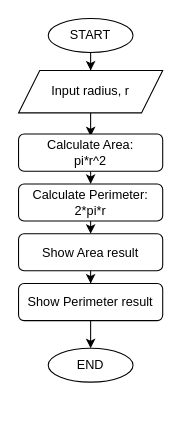
Before: DATA STRUCTURE AND  ALGORITHM/1.06 Area of Triangle.drawio in buicaothe/PYTHON, a draw.io diagram. Source tidied: cells renumbered, new cells numbered last; positions are measured from the earlier drawing's top-left corner, leaving out a move shared by most shapes. Both pictures are drawn from the tidied source at 106%, with x=0, y=0 at pixel (18, 18).
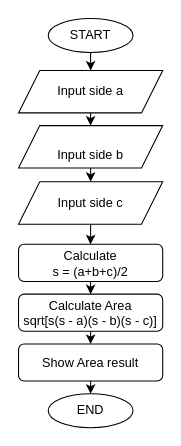
The same diagram, later.

Change to the diagram source:
```diff
@@
 <mxGraphModel>
   <root>
     <mxCell id="0" />
     <mxCell id="1" parent="0" />
     <mxCell id="2" style="edgeStyle=orthogonalEdgeStyle;rounded=0;jettySize=auto;html=1;entryX=0.5;entryY=0;entryDx=0;entryDy=0;" parent="1" edge="1" source="3" target="5">
       <mxGeometry relative="1" as="geometry" />
     </mxCell>
     <mxCell id="3" value="START" style="ellipse;whiteSpace=wrap;html=1;shapeInside=1;" parent="1" vertex="1">
       <mxGeometry x="28" width="80" height="32" as="geometry" />
     </mxCell>
-    <mxCell id="4" style="edgeStyle=orthogonalEdgeStyle;rounded=0;jettySize=auto;html=1;entryX=0.5;entryY=0;entryDx=0;entryDy=0;" parent="1" edge="1" source="5">
-      <mxGeometry relative="1" as="geometry">
-        <mxPoint x="68" y="111" as="targetPoint" />
-      </mxGeometry>
-    </mxCell>
+    <mxCell id="16" style="edgeStyle=orthogonalEdgeStyle;rounded=0;jettySize=auto;html=1;exitX=0.5;exitY=1;exitDx=0;exitDy=0;entryX=0.5;entryY=0;entryDx=0;entryDy=0;" parent="1" edge="1" source="5" target="18">
+      <mxGeometry relative="1" as="geometry" />
+    </mxCell>
-    <mxCell id="5" value="Input radius, r" style="shape=parallelogram;perimeter=parallelogramPerimeter;whiteSpace=wrap;html=1;shapeInside=1;fixedSize=1;" parent="1" vertex="1">
+    <mxCell id="5" value="Input side a" style="shape=parallelogram;perimeter=parallelogramPerimeter;whiteSpace=wrap;html=1;shapeInside=1;fixedSize=1;" parent="1" vertex="1">
       <mxGeometry y="49" width="136" height="40" as="geometry" />
     </mxCell>
     <mxCell id="6" style="edgeStyle=orthogonalEdgeStyle;rounded=0;jettySize=auto;html=1;exitX=0.5;exitY=1;exitDx=0;exitDy=0;entryX=0.5;entryY=0;entryDx=0;entryDy=0;" parent="1" edge="1" source="7" target="13">
       <mxGeometry relative="1" as="geometry" />
     </mxCell>
-    <mxCell id="7" value="Calculate Area:&lt;div&gt;pi*r^2&lt;/div&gt;" style="rounded=1;whiteSpace=wrap;html=1;" parent="1" vertex="1">
-      <mxGeometry y="109" width="136" height="35" as="geometry" />
+    <mxCell id="7" value="Calculate&lt;br&gt;&lt;div&gt;s = (a+b+c)/2&lt;/div&gt;" style="rounded=1;whiteSpace=wrap;html=1;" parent="1" vertex="1">
+      <mxGeometry y="213" width="136" height="35" as="geometry" />
     </mxCell>
     <mxCell id="8" style="edgeStyle=orthogonalEdgeStyle;rounded=0;orthogonalLoop=1;jettySize=auto;html=1;innerLoopWaypoints=1;exitX=0.5;exitY=1;exitDx=0;exitDy=0;" parent="1" edge="1" source="7" target="7">
       <mxGeometry relative="1" as="geometry" />
     </mxCell>
-    <mxCell id="9" style="edgeStyle=orthogonalEdgeStyle;rounded=0;jettySize=auto;html=1;exitX=0.5;exitY=1;exitDx=0;exitDy=0;" parent="1" edge="1" source="10" target="15">
-      <mxGeometry relative="1" as="geometry" />
+    <mxCell id="9" style="edgeStyle=orthogonalEdgeStyle;rounded=0;jettySize=auto;html=1;exitX=0.5;exitY=1;exitDx=0;exitDy=0;" parent="1" edge="1" source="10">
+      <mxGeometry relative="1" as="geometry">
+        <mxPoint x="68" y="354" as="targetPoint" />
+      </mxGeometry>
     </mxCell>
     <mxCell id="10" value="Show Area result" style="rounded=1;whiteSpace=wrap;html=1;" parent="1" vertex="1">
-      <mxGeometry y="203" width="136" height="35" as="geometry" />
+      <mxGeometry y="307" width="136" height="35" as="geometry" />
     </mxCell>
     <mxCell id="11" value="END" style="ellipse;whiteSpace=wrap;html=1;shapeInside=1;" parent="1" vertex="1">
-      <mxGeometry x="28" y="311" width="80" height="32" as="geometry" />
+      <mxGeometry x="28" y="354" width="80" height="32" as="geometry" />
     </mxCell>
     <mxCell id="12" style="edgeStyle=orthogonalEdgeStyle;rounded=0;jettySize=auto;html=1;exitX=0.5;exitY=1;exitDx=0;exitDy=0;entryX=0.5;entryY=0;entryDx=0;entryDy=0;" parent="1" edge="1" source="13" target="10">
       <mxGeometry relative="1" as="geometry" />
     </mxCell>
-    <mxCell id="13" value="Calculate Perimeter:&lt;div&gt;2*pi*r&lt;/div&gt;" style="rounded=1;whiteSpace=wrap;html=1;" parent="1" vertex="1">
-      <mxGeometry y="156" width="136" height="35" as="geometry" />
+    <mxCell id="13" value="Calculate Area&lt;br&gt;&lt;div&gt;sqrt[s(s - a)(s - b)(s - c)]&lt;/div&gt;" style="rounded=1;whiteSpace=wrap;html=1;" parent="1" vertex="1">
+      <mxGeometry y="260" width="136" height="35" as="geometry" />
     </mxCell>
-    <mxCell id="14" style="edgeStyle=orthogonalEdgeStyle;rounded=0;jettySize=auto;html=1;" parent="1" edge="1" source="15" target="11">
-      <mxGeometry relative="1" as="geometry" />
-    </mxCell>
-    <mxCell id="15" value="Show Perimeter result" style="rounded=1;whiteSpace=wrap;html=1;" parent="1" vertex="1">
-      <mxGeometry y="250" width="136" height="35" as="geometry" />
-    </mxCell>
+    <mxCell id="17" style="edgeStyle=orthogonalEdgeStyle;rounded=0;jettySize=auto;html=1;exitX=0.5;exitY=1;exitDx=0;exitDy=0;entryX=0.5;entryY=0;entryDx=0;entryDy=0;" parent="1" edge="1" source="18" target="20">
+      <mxGeometry relative="1" as="geometry" />
+    </mxCell>
+    <mxCell id="18" value="&lt;br&gt;Input side b" style="shape=parallelogram;perimeter=parallelogramPerimeter;whiteSpace=wrap;html=1;shapeInside=1;fixedSize=1;" parent="1" vertex="1">
+      <mxGeometry y="101" width="136" height="40" as="geometry" />
+    </mxCell>
+    <mxCell id="19" style="edgeStyle=orthogonalEdgeStyle;rounded=0;jettySize=auto;html=1;exitX=0.5;exitY=1;exitDx=0;exitDy=0;entryX=0.5;entryY=0;entryDx=0;entryDy=0;" parent="1" edge="1" source="20" target="7">
+      <mxGeometry relative="1" as="geometry" />
+    </mxCell>
+    <mxCell id="20" value="Input side c" style="shape=parallelogram;perimeter=parallelogramPerimeter;whiteSpace=wrap;html=1;shapeInside=1;fixedSize=1;" parent="1" vertex="1">
+      <mxGeometry y="154" width="136" height="40" as="geometry" />
+    </mxCell>
   </root>
 </mxGraphModel>
```
